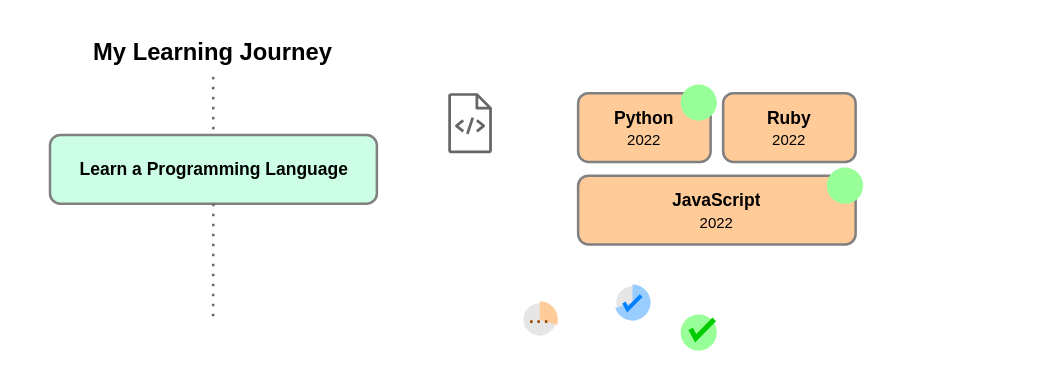
Before: MyLearning.drawio in abdulrm94/my-learning, a draw.io diagram. Source tidied: cells renumbered, new cells numbered last; positions are measured from the earlier drawing's top-left corner, leaving out a move shared by most shapes. Both pictures are drawn from the tidied source at 125%, with x=0, y=0 at pixel (48, 29).
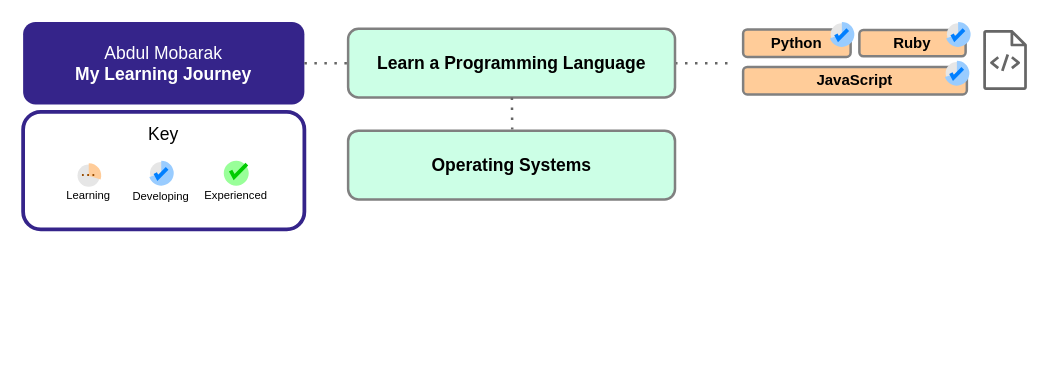
Above is the later version.

Diff of the diagram source:
```diff
@@
+    <mxCell id="23" value="&lt;span style=&quot;font-weight: normal; font-size: 14px;&quot;&gt;Abdul Mobarak&lt;br style=&quot;font-size: 14px;&quot;&gt;&lt;/span&gt;My Learning Journey" style="rounded=1;whiteSpace=wrap;html=1;fontFamily=Helvetica;fontSize=14;fontColor=#ffffff;strokeColor=none;fillColor=#35248A;fontStyle=1;" parent="1" vertex="1">
+      <mxGeometry x="-20" y="-6" width="225" height="66" as="geometry" />
+    </mxCell>
+    <mxCell id="24" value="Ruby" style="text;strokeColor=#808080;fillColor=#FFCC99;align=center;verticalAlign=middle;spacingLeft=0;spacingRight=0;overflow=hidden;whiteSpace=wrap;html=1;spacing=0;fontStyle=1;strokeWidth=2;rounded=1;fontSize=12;" parent="1" vertex="1">
+      <mxGeometry x="649" y="0.5" width="85" height="21" as="geometry" />
+    </mxCell>
+    <mxCell id="25" style="edgeStyle=none;shape=connector;rounded=0;jettySize=auto;html=1;dashed=1;dashPattern=1 3;labelBackgroundColor=default;strokeColor=#666666;strokeWidth=2;fontFamily=Helvetica;fontSize=11;fontColor=default;endArrow=none;" parent="1" edge="1" source="2">
+      <mxGeometry relative="1" as="geometry">
+        <mxPoint x="549" y="27" as="targetPoint" />
+      </mxGeometry>
+    </mxCell>
     <mxCell id="2" value="Learn a Programming&amp;nbsp;Language" style="text;strokeColor=#808080;fillColor=#CCFFE6;align=center;verticalAlign=middle;spacingLeft=0;spacingRight=0;overflow=hidden;points=[[0,0.5],[1,0.5]];portConstraint=eastwest;whiteSpace=wrap;html=1;spacing=0;fontStyle=1;strokeWidth=2;rounded=1;fontSize=14;comic=0;" parent="1" vertex="1" collapsed="1">
-      <mxGeometry x="1.5" y="84.5" width="261.5" height="55" as="geometry" />
+      <mxGeometry x="240" y="-0.5" width="261.5" height="55" as="geometry" />
     </mxCell>
-    <mxCell id="3" value="Python&lt;br&gt;&lt;font style=&quot;font-size: 12px; font-weight: normal;&quot;&gt;2022&lt;/font&gt;" style="text;strokeColor=#808080;fillColor=#FFCC99;align=center;verticalAlign=middle;spacingLeft=0;spacingRight=0;overflow=hidden;whiteSpace=wrap;html=1;spacing=0;fontStyle=1;strokeWidth=2;rounded=1;fontSize=14;" parent="1" vertex="1">
-      <mxGeometry x="424" y="51" width="106" height="55" as="geometry" />
+    <mxCell id="3" value="Python&lt;br style=&quot;font-size: 12px;&quot;&gt;" style="text;strokeColor=#808080;fillColor=#FFCC99;align=center;verticalAlign=middle;spacingLeft=0;spacingRight=0;overflow=hidden;whiteSpace=wrap;html=1;spacing=0;fontStyle=1;strokeWidth=2;rounded=1;fontSize=12;" parent="1" vertex="1">
+      <mxGeometry x="556" width="86" height="22" as="geometry" />
     </mxCell>
-    <mxCell id="4" value="Ruby&lt;br&gt;&lt;span style=&quot;font-weight: normal;&quot;&gt;&lt;font style=&quot;font-size: 12px;&quot;&gt;2022&lt;/font&gt;&lt;/span&gt;" style="text;strokeColor=#808080;fillColor=#FFCC99;align=center;verticalAlign=middle;spacingLeft=0;spacingRight=0;overflow=hidden;whiteSpace=wrap;html=1;spacing=0;fontStyle=1;strokeWidth=2;rounded=1;fontSize=14;" parent="1" vertex="1">
-      <mxGeometry x="540" y="51" width="106" height="55" as="geometry" />
-    </mxCell>
-    <mxCell id="5" value="JavaScript&lt;br&gt;&lt;font style=&quot;font-size: 12px; font-weight: normal;&quot;&gt;2022&lt;/font&gt;" style="text;strokeColor=#808080;fillColor=#FFCC99;align=center;verticalAlign=middle;spacingLeft=0;spacingRight=0;overflow=hidden;whiteSpace=wrap;html=1;spacing=0;fontStyle=1;strokeWidth=2;rounded=1;fontSize=14;noLabel=0;movableLabel=1;enumerate=0;" parent="1" vertex="1">
-      <mxGeometry x="424" y="117" width="222" height="55" as="geometry" />
+    <mxCell id="5" value="JavaScript" style="text;strokeColor=#808080;fillColor=#FFCC99;align=center;verticalAlign=middle;spacingLeft=0;spacingRight=0;overflow=hidden;whiteSpace=wrap;html=1;spacing=0;fontStyle=1;strokeWidth=2;rounded=1;fontSize=12;" parent="1" vertex="1">
+      <mxGeometry x="556" y="30" width="179" height="22" as="geometry" />
     </mxCell>
-    <mxCell id="6" style="sketch=0;fontColor=#232F3E;gradientColor=none;fillColor=#666666;strokeColor=none;dashed=0;verticalLabelPosition=bottom;verticalAlign=top;align=center;html=1;fontSize=12;fontStyle=0;shape=mxgraph.aws4.source_code;" parent="1" vertex="1">
-      <mxGeometry x="320" y="51" width="35.1" height="48" as="geometry" />
-    </mxCell>
-    <mxCell id="7" value="My Learning Journey" style="text;html=1;strokeColor=none;fillColor=none;align=center;verticalAlign=middle;whiteSpace=wrap;rounded=0;fontSize=19;fontStyle=1;" parent="1" vertex="1">
-      <mxGeometry width="264" height="38" as="geometry" />
-    </mxCell>
-    <mxCell id="8" style="endArrow=none;dashed=1;html=1;dashPattern=1 3;strokeWidth=2;rounded=0;strokeColor=#666666;" parent="1" edge="1" source="7" target="2">
+    <mxCell id="8" style="endArrow=none;dashed=1;html=1;dashPattern=1 3;strokeWidth=2;rounded=0;strokeColor=#666666;" parent="1" edge="1" source="23" target="2">
       <mxGeometry relative="1" as="geometry" />
     </mxCell>
-    <mxCell id="9" style="endArrow=none;dashed=1;html=1;dashPattern=1 3;strokeWidth=2;rounded=0;strokeColor=#666666;" parent="1" edge="1" source="2">
-      <mxGeometry relative="1" as="geometry">
-        <mxPoint x="132" y="230" as="targetPoint" />
-      </mxGeometry>
+    <mxCell id="9" style="endArrow=none;dashed=1;html=1;dashPattern=1 3;strokeWidth=2;rounded=0;strokeColor=#666666;entryX=0.502;entryY=-0.015;entryDx=0;entryDy=0;entryPerimeter=0;" parent="1" edge="1" source="2" target="26">
+      <mxGeometry relative="1" as="geometry" />
     </mxCell>
-    <mxCell id="10" style="verticalLabelPosition=middle;verticalAlign=middle;html=1;shape=mxgraph.basic.partConcEllipse;startAngle=0;endAngle=1;arcWidth=3.22;strokeColor=none;fillColor=#99FF99;fontSize=22;fontColor=#10739E;align=center;fontStyle=1;whiteSpace=wrap;" parent="1" vertex="1">
-      <mxGeometry x="623" y="110.5" width="29" height="29" as="geometry" />
-    </mxCell>
-    <mxCell id="11" style="verticalLabelPosition=middle;verticalAlign=middle;html=1;shape=mxgraph.basic.partConcEllipse;startAngle=0;endAngle=1;arcWidth=1;strokeColor=none;fillColor=#99FF99;fontSize=22;fontColor=#10739E;align=center;fontStyle=1;whiteSpace=wrap;" parent="1" vertex="1">
-      <mxGeometry x="506" y="44" width="29" height="29" as="geometry" />
-    </mxCell>
-    <mxCell id="12" style="group;" parent="1" vertex="1">
-      <mxGeometry x="453" y="204" width="29" height="29" as="geometry" />
-    </mxCell>
-    <mxCell id="13" style="ellipse;whiteSpace=wrap;html=1;strokeColor=none;fillColor=#E6E6E6;strokeWidth=2;" parent="12" vertex="1">
-      <mxGeometry x="1.5" y="1.5" width="26" height="26" as="geometry" />
-    </mxCell>
-    <mxCell id="14" style="verticalLabelPosition=middle;verticalAlign=middle;html=1;shape=mxgraph.basic.partConcEllipse;startAngle=0;endAngle=0.7;arcWidth=1;strokeColor=none;fillColor=#99CCFF;fontSize=22;fontColor=#10739E;align=center;fontStyle=1;whiteSpace=wrap;" parent="12" vertex="1">
-      <mxGeometry width="29" height="29" as="geometry" />
-    </mxCell>
-    <mxCell id="15" style="html=1;verticalLabelPosition=bottom;labelBackgroundColor=#ffffff;verticalAlign=top;shadow=0;dashed=0;strokeWidth=3;shape=mxgraph.ios7.misc.check;strokeColor=#007FFF;gradientColor=none;" parent="12" vertex="1">
-      <mxGeometry x="7.6" y="9" width="13.8" height="11" as="geometry" />
-    </mxCell>
-    <mxCell id="16" style="group;" parent="1" vertex="1">
-      <mxGeometry x="371" y="217" width="109.5" height="34" as="geometry" />
-    </mxCell>
-    <mxCell id="17" style="ellipse;whiteSpace=wrap;html=1;strokeColor=none;fillColor=#E6E6E6;strokeWidth=2;" parent="16" vertex="1">
-      <mxGeometry x="9.2" y="2" width="26" height="26" as="geometry" />
-    </mxCell>
-    <mxCell id="18" style="verticalLabelPosition=middle;verticalAlign=middle;html=1;shape=mxgraph.basic.partConcEllipse;startAngle=0;endAngle=0.3;arcWidth=1;strokeColor=none;fillColor=#FFCC99;fontSize=22;fontColor=#10739E;align=center;fontStyle=1;whiteSpace=wrap;" parent="16" vertex="1">
-      <mxGeometry x="7.8" y="0.5" width="29" height="29" as="geometry" />
-    </mxCell>
+    <mxCell id="6" style="sketch=0;fontColor=#232F3E;gradientColor=none;fillColor=#666666;strokeColor=none;dashed=0;verticalLabelPosition=bottom;verticalAlign=top;align=center;html=1;fontSize=12;fontStyle=0;shape=mxgraph.aws4.source_code;" parent="1" vertex="1">
+      <mxGeometry x="748" y="0.5" width="35.1" height="48" as="geometry" />
+    </mxCell>
+    <mxCell id="26" value="Operating Systems" style="text;strokeColor=#808080;fillColor=#CCFFE6;align=center;verticalAlign=middle;spacingLeft=0;spacingRight=0;overflow=hidden;points=[[0,0.5],[1,0.5]];portConstraint=eastwest;whiteSpace=wrap;html=1;spacing=0;fontStyle=1;strokeWidth=2;rounded=1;fontSize=14;comic=0;" parent="1" vertex="1" collapsed="1">
+      <mxGeometry x="240" y="81" width="261.5" height="55" as="geometry" />
+    </mxCell>
+    <mxCell id="27" style="group;" parent="1" vertex="1">
+      <mxGeometry x="718" y="-6" width="20" height="20" as="geometry" />
+    </mxCell>
+    <mxCell id="28" style="ellipse;whiteSpace=wrap;html=1;strokeColor=none;fillColor=#E6E6E6;strokeWidth=2;" parent="27" vertex="1">
+      <mxGeometry x="1" y="1" width="17.9" height="17.9" as="geometry" />
+    </mxCell>
+    <mxCell id="29" style="verticalLabelPosition=middle;verticalAlign=middle;html=1;shape=mxgraph.basic.partConcEllipse;startAngle=0;endAngle=0.7;arcWidth=1;strokeColor=none;fillColor=#99CCFF;fontSize=22;fontColor=#10739E;align=center;fontStyle=1;whiteSpace=wrap;" parent="27" vertex="1">
+      <mxGeometry width="20" height="20" as="geometry" />
+    </mxCell>
+    <mxCell id="30" style="html=1;verticalLabelPosition=bottom;labelBackgroundColor=#ffffff;verticalAlign=top;shadow=0;dashed=0;strokeWidth=3;shape=mxgraph.ios7.misc.check;strokeColor=#007FFF;gradientColor=none;" parent="27" vertex="1">
+      <mxGeometry x="5.2" y="6.2" width="9.5" height="7.6" as="geometry" />
+    </mxCell>
+    <mxCell id="31" style="group;" parent="1" vertex="1">
+      <mxGeometry x="625" y="-6" width="20" height="20" as="geometry" />
+    </mxCell>
+    <mxCell id="32" style="ellipse;whiteSpace=wrap;html=1;strokeColor=none;fillColor=#E6E6E6;strokeWidth=2;" parent="31" vertex="1">
+      <mxGeometry x="1" y="1" width="17.9" height="17.9" as="geometry" />
+    </mxCell>
+    <mxCell id="33" style="verticalLabelPosition=middle;verticalAlign=middle;html=1;shape=mxgraph.basic.partConcEllipse;startAngle=0;endAngle=0.7;arcWidth=1;strokeColor=none;fillColor=#99CCFF;fontSize=22;fontColor=#10739E;align=center;fontStyle=1;whiteSpace=wrap;" parent="31" vertex="1">
+      <mxGeometry width="20" height="20" as="geometry" />
+    </mxCell>
+    <mxCell id="34" style="html=1;verticalLabelPosition=bottom;labelBackgroundColor=#ffffff;verticalAlign=top;shadow=0;dashed=0;strokeWidth=3;shape=mxgraph.ios7.misc.check;strokeColor=#007FFF;gradientColor=none;" parent="31" vertex="1">
+      <mxGeometry x="5.2" y="6.2" width="9.5" height="7.6" as="geometry" />
+    </mxCell>
+    <mxCell id="35" style="group;" parent="1" vertex="1">
+      <mxGeometry x="717" y="25" width="20" height="20" as="geometry" />
+    </mxCell>
+    <mxCell id="36" style="ellipse;whiteSpace=wrap;html=1;strokeColor=none;fillColor=#E6E6E6;strokeWidth=2;" parent="35" vertex="1">
+      <mxGeometry x="1" y="1" width="17.9" height="17.9" as="geometry" />
+    </mxCell>
+    <mxCell id="37" style="verticalLabelPosition=middle;verticalAlign=middle;html=1;shape=mxgraph.basic.partConcEllipse;startAngle=0;endAngle=0.7;arcWidth=1;strokeColor=none;fillColor=#99CCFF;fontSize=22;fontColor=#10739E;align=center;fontStyle=1;whiteSpace=wrap;" parent="35" vertex="1">
+      <mxGeometry width="20" height="20" as="geometry" />
+    </mxCell>
+    <mxCell id="38" style="html=1;verticalLabelPosition=bottom;labelBackgroundColor=#ffffff;verticalAlign=top;shadow=0;dashed=0;strokeWidth=3;shape=mxgraph.ios7.misc.check;strokeColor=#007FFF;gradientColor=none;" parent="35" vertex="1">
+      <mxGeometry x="5.2" y="6.2" width="9.5" height="7.6" as="geometry" />
+    </mxCell>
+    <mxCell id="39" style="group;" parent="1" vertex="1">
+      <mxGeometry x="140.5" y="105" width="20" height="20" as="geometry" />
+    </mxCell>
+    <mxCell id="40" style="verticalLabelPosition=middle;verticalAlign=middle;html=1;shape=mxgraph.basic.partConcEllipse;startAngle=0;endAngle=1;arcWidth=1;strokeColor=none;fillColor=#99FF99;fontSize=22;fontColor=#10739E;align=center;fontStyle=1;whiteSpace=wrap;" parent="39" vertex="1">
+      <mxGeometry width="20" height="20" as="geometry" />
+    </mxCell>
+    <mxCell id="41" style="html=1;verticalLabelPosition=bottom;labelBackgroundColor=#ffffff;verticalAlign=top;shadow=0;dashed=0;strokeWidth=3;shape=mxgraph.ios7.misc.check;strokeColor=#00CC00;gradientColor=none;" parent="39" vertex="1">
+      <mxGeometry x="5.5" y="2.8" width="13" height="10.4" as="geometry" />
+    </mxCell>
+    <mxCell id="42" style="group;" parent="1" vertex="1">
+      <mxGeometry x="22.5" y="107" width="20" height="20" as="geometry" />
+    </mxCell>
+    <mxCell id="43" style="ellipse;whiteSpace=wrap;html=1;strokeColor=none;fillColor=#E6E6E6;strokeWidth=2;" parent="42" vertex="1">
+      <mxGeometry x="1" y="1" width="17.9" height="17.9" as="geometry" />
+    </mxCell>
+    <mxCell id="44" style="verticalLabelPosition=middle;verticalAlign=middle;html=1;shape=mxgraph.basic.partConcEllipse;startAngle=0;endAngle=0.3;arcWidth=1;strokeColor=none;fillColor=#FFCC99;fontSize=22;fontColor=#10739E;align=center;fontStyle=1;whiteSpace=wrap;" parent="42" vertex="1">
+      <mxGeometry width="20" height="20" as="geometry" />
+    </mxCell>
-    <mxCell id="19" value="&lt;font style=&quot;font-size: 21px;&quot;&gt;...&lt;/font&gt;" style="text;html=1;strokeColor=none;fillColor=none;align=center;verticalAlign=middle;whiteSpace=wrap;rounded=0;horizontal=1;labelPosition=center;verticalLabelPosition=middle;spacing=-3;spacingTop=-8;fontColor=#994C00;fontSize=16;" parent="16" vertex="1">
-      <mxGeometry x="14.2" y="12.5" width="16" height="3" as="geometry" />
+    <mxCell id="19" value="&lt;font style=&quot;font-size: 15px;&quot;&gt;...&lt;/font&gt;" style="text;html=1;strokeColor=none;fillColor=none;align=center;verticalAlign=middle;whiteSpace=wrap;rounded=0;horizontal=1;labelPosition=center;verticalLabelPosition=middle;spacing=-3;spacingTop=-8;fontColor=#994C00;fontSize=15;" parent="42" vertex="1">
+      <mxGeometry x="4.5" y="8.3" width="11" height="2.1" as="geometry" />
     </mxCell>
-    <mxCell id="20" style="group;" parent="1" vertex="1">
-      <mxGeometry x="506" y="228" width="29" height="29" as="geometry" />
-    </mxCell>
-    <mxCell id="21" style="verticalLabelPosition=middle;verticalAlign=middle;html=1;shape=mxgraph.basic.partConcEllipse;startAngle=0;endAngle=1;arcWidth=1;strokeColor=none;fillColor=#99FF99;fontSize=22;fontColor=#10739E;align=center;fontStyle=1;whiteSpace=wrap;" parent="20" vertex="1">
-      <mxGeometry width="29" height="29" as="geometry" />
-    </mxCell>
-    <mxCell id="22" style="html=1;verticalLabelPosition=bottom;labelBackgroundColor=#ffffff;verticalAlign=top;shadow=0;dashed=0;strokeWidth=4;shape=mxgraph.ios7.misc.check;strokeColor=#00CC00;gradientColor=none;" parent="20" vertex="1">
-      <mxGeometry x="8" y="4" width="18.9" height="15.1" as="geometry" />
-    </mxCell>
+    <mxCell id="45" style="group;" parent="1" vertex="1">
+      <mxGeometry x="80.5" y="105" width="20" height="20" as="geometry" />
+    </mxCell>
+    <mxCell id="46" style="ellipse;whiteSpace=wrap;html=1;strokeColor=none;fillColor=#E6E6E6;strokeWidth=2;" parent="45" vertex="1">
+      <mxGeometry x="1" y="1" width="17.9" height="17.9" as="geometry" />
+    </mxCell>
+    <mxCell id="47" style="verticalLabelPosition=middle;verticalAlign=middle;html=1;shape=mxgraph.basic.partConcEllipse;startAngle=0;endAngle=0.7;arcWidth=1;strokeColor=none;fillColor=#99CCFF;fontSize=22;fontColor=#10739E;align=center;fontStyle=1;whiteSpace=wrap;" parent="45" vertex="1">
+      <mxGeometry width="20" height="20" as="geometry" />
+    </mxCell>
+    <mxCell id="48" style="html=1;verticalLabelPosition=bottom;labelBackgroundColor=#ffffff;verticalAlign=top;shadow=0;dashed=0;strokeWidth=3;shape=mxgraph.ios7.misc.check;strokeColor=#007FFF;gradientColor=none;" parent="45" vertex="1">
+      <mxGeometry x="5.2" y="6.2" width="9.5" height="7.6" as="geometry" />
+    </mxCell>
+    <mxCell id="49" value="Learning" style="text;html=1;strokeColor=none;fillColor=none;align=center;verticalAlign=middle;whiteSpace=wrap;rounded=0;fontSize=9;fontFamily=Helvetica;fontColor=default;" parent="1" vertex="1">
+      <mxGeometry x="11" y="124" width="43" height="17" as="geometry" />
+    </mxCell>
+    <mxCell id="50" value="Developing" style="text;html=1;strokeColor=none;fillColor=none;align=center;verticalAlign=middle;whiteSpace=wrap;rounded=0;fontSize=9;fontFamily=Helvetica;fontColor=default;" parent="1" vertex="1">
+      <mxGeometry x="69" y="125" width="43" height="17" as="geometry" />
+    </mxCell>
+    <mxCell id="51" value="Experienced" style="text;html=1;strokeColor=none;fillColor=none;align=center;verticalAlign=middle;whiteSpace=wrap;rounded=0;fontSize=9;fontFamily=Helvetica;fontColor=default;" parent="1" vertex="1">
+      <mxGeometry x="129" y="124" width="43" height="17" as="geometry" />
+    </mxCell>
+    <mxCell id="52" value="&lt;span style=&quot;font-weight: 400; font-size: 14px;&quot;&gt;Key&lt;/span&gt;" style="rounded=1;whiteSpace=wrap;html=1;fontFamily=Helvetica;fontSize=14;fontColor=#000000;strokeColor=#35248A;fillColor=none;fontStyle=1;strokeWidth=3;verticalAlign=top;spacingTop=3;" parent="1" vertex="1">
+      <mxGeometry x="-20" y="66" width="225" height="94" as="geometry" />
+    </mxCell>
+    <mxCell id="53" parent="0" />
```
